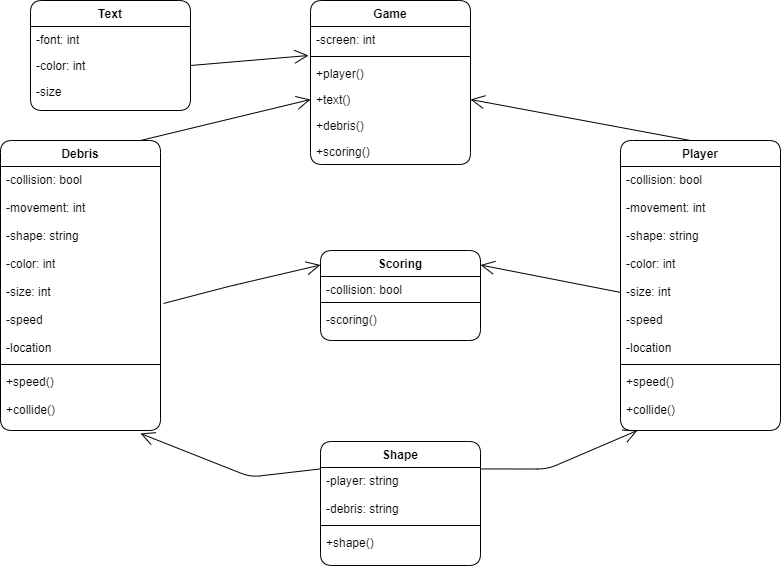
LoicKonan/2143-OOP-Konan keeps this draw.io diagram as Assignments/A07/Diagram.png. Above is the earlier version. Source tidied: cells renumbered, new cells last; positions are measured from the earlier drawing's top-left corner, leaving out a move shared by most shapes.
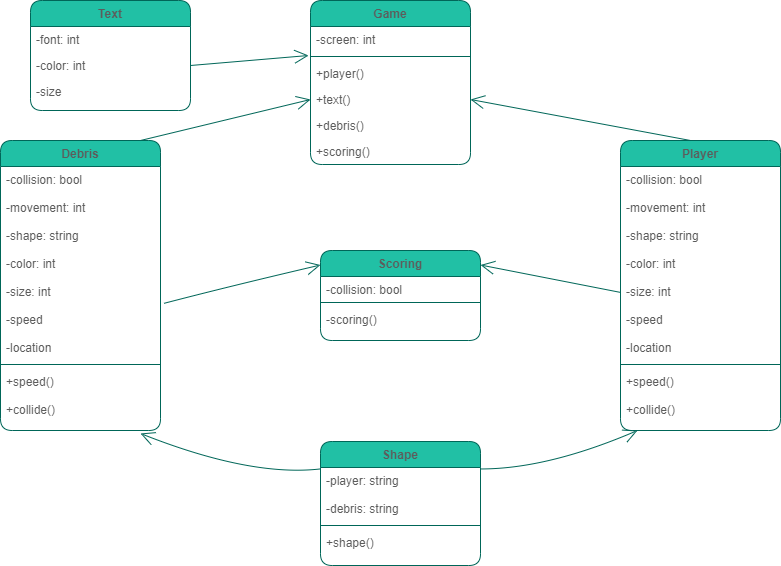
Later version of the same file.

Change to the diagram source:
```diff
@@ -2,103 +2,103 @@
   <root>
     <mxCell id="0" />
     <mxCell id="1" parent="0" />
-    <mxCell id="2" value="Text" style="swimlane;fontStyle=1;align=center;verticalAlign=top;horizontal=1;startSize=26;shadow=0;strokeWidth=1;rounded=1;" parent="1" vertex="1">
+    <mxCell id="2" value="Text" style="swimlane;fontStyle=1;align=center;verticalAlign=top;horizontal=1;startSize=26;shadow=0;strokeWidth=1;rounded=1;fillColor=#21C0A5;strokeColor=#006658;fontColor=#5C5C5C;" parent="1" vertex="1">
       <mxGeometry x="30" width="160" height="110" as="geometry" />
     </mxCell>
-    <mxCell id="3" value="-font: int&#10;" style="text;align=left;verticalAlign=top;spacingLeft=4;spacingRight=4;overflow=hidden;fontStyle=0;rounded=1;" parent="2" vertex="1">
+    <mxCell id="3" value="-font: int&#10;" style="text;align=left;verticalAlign=top;spacingLeft=4;spacingRight=4;overflow=hidden;fontStyle=0;rounded=1;fontColor=#5C5C5C;" parent="2" vertex="1">
       <mxGeometry y="26" width="160" height="26" as="geometry" />
     </mxCell>
-    <mxCell id="4" value="-color: int&#10;" style="text;align=left;verticalAlign=top;spacingLeft=4;spacingRight=4;overflow=hidden;points=[[0,0.5],[1,0.5]];portConstraint=eastwest;rounded=1;" parent="2" vertex="1">
+    <mxCell id="4" value="-color: int&#10;" style="text;align=left;verticalAlign=top;spacingLeft=4;spacingRight=4;overflow=hidden;points=[[0,0.5],[1,0.5]];portConstraint=eastwest;rounded=1;fontColor=#5C5C5C;" parent="2" vertex="1">
       <mxGeometry y="52" width="160" height="26" as="geometry" />
     </mxCell>
-    <mxCell id="5" value="-size" style="text;align=left;verticalAlign=top;spacingLeft=4;spacingRight=4;overflow=hidden;rounded=1;" parent="2" vertex="1">
+    <mxCell id="5" value="-size" style="text;align=left;verticalAlign=top;spacingLeft=4;spacingRight=4;overflow=hidden;rounded=1;fontColor=#5C5C5C;" parent="2" vertex="1">
       <mxGeometry y="78" width="160" height="26" as="geometry" />
     </mxCell>
-    <mxCell id="6" value="Scoring" style="swimlane;fontStyle=1;align=center;verticalAlign=top;horizontal=1;startSize=26;shadow=0;strokeWidth=1;rounded=1;" parent="1" vertex="1">
+    <mxCell id="6" value="Scoring" style="swimlane;fontStyle=1;align=center;verticalAlign=top;horizontal=1;startSize=26;shadow=0;strokeWidth=1;rounded=1;fillColor=#21C0A5;strokeColor=#006658;fontColor=#5C5C5C;" parent="1" vertex="1">
       <mxGeometry x="320" y="250" width="160" height="90" as="geometry" />
     </mxCell>
-    <mxCell id="7" value="-collision: bool" style="text;align=left;verticalAlign=top;spacingLeft=4;spacingRight=4;overflow=hidden;rounded=1;" parent="6" vertex="1">
+    <mxCell id="7" value="-collision: bool" style="text;align=left;verticalAlign=top;spacingLeft=4;spacingRight=4;overflow=hidden;rounded=1;fontColor=#5C5C5C;" parent="6" vertex="1">
       <mxGeometry y="26" width="160" height="22" as="geometry" />
     </mxCell>
-    <mxCell id="8" style="line;html=1;strokeWidth=1;align=left;verticalAlign=middle;spacingTop=-1;spacingLeft=3;spacingRight=3;labelPosition=right;rounded=1;" parent="6" vertex="1">
+    <mxCell id="8" style="line;html=1;strokeWidth=1;align=left;verticalAlign=middle;spacingTop=-1;spacingLeft=3;spacingRight=3;labelPosition=right;rounded=1;fillColor=#21C0A5;strokeColor=#006658;fontColor=#5C5C5C;" parent="6" vertex="1">
       <mxGeometry y="48" width="160" height="8" as="geometry" />
     </mxCell>
-    <mxCell id="9" value="-scoring()" style="text;align=left;verticalAlign=top;spacingLeft=4;spacingRight=4;overflow=hidden;shadow=0;html=0;rounded=1;" parent="6" vertex="1">
+    <mxCell id="9" value="-scoring()" style="text;align=left;verticalAlign=top;spacingLeft=4;spacingRight=4;overflow=hidden;shadow=0;html=0;rounded=1;fontColor=#5C5C5C;" parent="6" vertex="1">
       <mxGeometry y="56" width="160" height="26" as="geometry" />
     </mxCell>
-    <mxCell id="10" value="Game" style="swimlane;fontStyle=1;align=center;verticalAlign=top;horizontal=1;startSize=26;shadow=0;strokeWidth=1;rounded=1;" parent="1" vertex="1">
+    <mxCell id="10" value="Game" style="swimlane;fontStyle=1;align=center;verticalAlign=top;horizontal=1;startSize=26;shadow=0;strokeWidth=1;rounded=1;fillColor=#21C0A5;strokeColor=#006658;fontColor=#5C5C5C;" parent="1" vertex="1">
       <mxGeometry x="310" width="160" height="164" as="geometry" />
     </mxCell>
-    <mxCell id="11" value="-screen: int" style="text;align=left;verticalAlign=top;spacingLeft=4;spacingRight=4;overflow=hidden;points=[[0,0.5],[1,0.5]];portConstraint=eastwest;shadow=0;html=0;rounded=1;" parent="10" vertex="1">
+    <mxCell id="11" value="-screen: int" style="text;align=left;verticalAlign=top;spacingLeft=4;spacingRight=4;overflow=hidden;points=[[0,0.5],[1,0.5]];portConstraint=eastwest;shadow=0;html=0;rounded=1;fontColor=#5C5C5C;" parent="10" vertex="1">
       <mxGeometry y="26" width="160" height="26" as="geometry" />
     </mxCell>
-    <mxCell id="12" style="line;html=1;strokeWidth=1;align=left;verticalAlign=middle;spacingTop=-1;spacingLeft=3;spacingRight=3;labelPosition=right;rounded=1;" parent="10" vertex="1">
+    <mxCell id="12" style="line;html=1;strokeWidth=1;align=left;verticalAlign=middle;spacingTop=-1;spacingLeft=3;spacingRight=3;labelPosition=right;rounded=1;fillColor=#21C0A5;strokeColor=#006658;fontColor=#5C5C5C;" parent="10" vertex="1">
       <mxGeometry y="52" width="160" height="8" as="geometry" />
     </mxCell>
-    <mxCell id="13" value="+player()" style="text;align=left;verticalAlign=top;spacingLeft=4;spacingRight=4;overflow=hidden;rounded=1;" parent="10" vertex="1">
+    <mxCell id="13" value="+player()" style="text;align=left;verticalAlign=top;spacingLeft=4;spacingRight=4;overflow=hidden;rounded=1;fontColor=#5C5C5C;" parent="10" vertex="1">
       <mxGeometry y="60" width="160" height="26" as="geometry" />
     </mxCell>
-    <mxCell id="14" value="+text()" style="text;align=left;verticalAlign=top;spacingLeft=4;spacingRight=4;overflow=hidden;points=[[0,0.5],[1,0.5]];portConstraint=eastwest;rounded=1;" parent="10" vertex="1">
+    <mxCell id="14" value="+text()" style="text;align=left;verticalAlign=top;spacingLeft=4;spacingRight=4;overflow=hidden;points=[[0,0.5],[1,0.5]];portConstraint=eastwest;rounded=1;fontColor=#5C5C5C;" parent="10" vertex="1">
       <mxGeometry y="86" width="160" height="26" as="geometry" />
     </mxCell>
-    <mxCell id="15" value="+debris()" style="text;align=left;verticalAlign=top;spacingLeft=4;spacingRight=4;overflow=hidden;shadow=0;html=0;rounded=1;" parent="10" vertex="1">
+    <mxCell id="15" value="+debris()" style="text;align=left;verticalAlign=top;spacingLeft=4;spacingRight=4;overflow=hidden;shadow=0;html=0;rounded=1;fontColor=#5C5C5C;" parent="10" vertex="1">
       <mxGeometry y="112" width="160" height="26" as="geometry" />
     </mxCell>
-    <mxCell id="16" value="+scoring()" style="text;align=left;verticalAlign=top;spacingLeft=4;spacingRight=4;overflow=hidden;shadow=0;html=0;rounded=1;" parent="10" vertex="1">
+    <mxCell id="16" value="+scoring()" style="text;align=left;verticalAlign=top;spacingLeft=4;spacingRight=4;overflow=hidden;shadow=0;html=0;rounded=1;fontColor=#5C5C5C;" parent="10" vertex="1">
       <mxGeometry y="138" width="160" height="26" as="geometry" />
     </mxCell>
-    <mxCell id="17" value="Player" style="swimlane;fontStyle=1;align=center;verticalAlign=top;horizontal=1;startSize=26;shadow=0;strokeWidth=1;rounded=1;" parent="1" vertex="1">
+    <mxCell id="17" value="Player" style="swimlane;fontStyle=1;align=center;verticalAlign=top;horizontal=1;startSize=26;shadow=0;strokeWidth=1;rounded=1;fillColor=#21C0A5;strokeColor=#006658;fontColor=#5C5C5C;" parent="1" vertex="1">
       <mxGeometry x="620" y="140" width="160" height="290" as="geometry" />
     </mxCell>
-    <mxCell id="18" value="-collision: bool&#10;&#10;-movement: int&#10;&#10;-shape: string&#10;&#10;-color: int&#10;&#10;-size: int&#10;&#10;-speed&#10;&#10;-location" style="text;align=left;verticalAlign=top;spacingLeft=4;spacingRight=4;overflow=hidden;points=[[0,0.5],[1,0.5]];portConstraint=eastwest;rounded=1;" parent="17" vertex="1">
+    <mxCell id="18" value="-collision: bool&#10;&#10;-movement: int&#10;&#10;-shape: string&#10;&#10;-color: int&#10;&#10;-size: int&#10;&#10;-speed&#10;&#10;-location" style="text;align=left;verticalAlign=top;spacingLeft=4;spacingRight=4;overflow=hidden;points=[[0,0.5],[1,0.5]];portConstraint=eastwest;rounded=1;fontColor=#5C5C5C;" parent="17" vertex="1">
       <mxGeometry y="26" width="160" height="194" as="geometry" />
     </mxCell>
-    <mxCell id="19" style="line;html=1;strokeWidth=1;align=left;verticalAlign=middle;spacingTop=-1;spacingLeft=3;spacingRight=3;labelPosition=right;rounded=1;" parent="17" vertex="1">
+    <mxCell id="19" style="line;html=1;strokeWidth=1;align=left;verticalAlign=middle;spacingTop=-1;spacingLeft=3;spacingRight=3;labelPosition=right;rounded=1;fillColor=#21C0A5;strokeColor=#006658;fontColor=#5C5C5C;" parent="17" vertex="1">
       <mxGeometry y="220" width="160" height="8" as="geometry" />
     </mxCell>
-    <mxCell id="20" value="+speed()&#10;&#10;+collide()" style="text;align=left;verticalAlign=top;spacingLeft=4;spacingRight=4;overflow=hidden;rounded=1;" parent="17" vertex="1">
+    <mxCell id="20" value="+speed()&#10;&#10;+collide()" style="text;align=left;verticalAlign=top;spacingLeft=4;spacingRight=4;overflow=hidden;rounded=1;fontColor=#5C5C5C;" parent="17" vertex="1">
       <mxGeometry y="228" width="160" height="62" as="geometry" />
     </mxCell>
-    <mxCell id="21" value="Shape" style="swimlane;fontStyle=1;align=center;verticalAlign=top;horizontal=1;startSize=26;shadow=0;strokeWidth=1;rounded=1;" parent="1" vertex="1">
+    <mxCell id="21" value="Shape" style="swimlane;fontStyle=1;align=center;verticalAlign=top;horizontal=1;startSize=26;shadow=0;strokeWidth=1;rounded=1;fillColor=#21C0A5;strokeColor=#006658;fontColor=#5C5C5C;" parent="1" vertex="1">
       <mxGeometry x="320" y="441" width="160" height="124" as="geometry" />
     </mxCell>
-    <mxCell id="22" value="-player: string&#10;&#10;-debris: string" style="text;align=left;verticalAlign=top;spacingLeft=4;spacingRight=4;overflow=hidden;rounded=1;" parent="21" vertex="1">
+    <mxCell id="22" value="-player: string&#10;&#10;-debris: string" style="text;align=left;verticalAlign=top;spacingLeft=4;spacingRight=4;overflow=hidden;rounded=1;fontColor=#5C5C5C;" parent="21" vertex="1">
       <mxGeometry y="26" width="160" height="54" as="geometry" />
     </mxCell>
-    <mxCell id="23" style="line;html=1;strokeWidth=1;align=left;verticalAlign=middle;spacingTop=-1;spacingLeft=3;spacingRight=3;labelPosition=right;rounded=1;" parent="21" vertex="1">
+    <mxCell id="23" style="line;html=1;strokeWidth=1;align=left;verticalAlign=middle;spacingTop=-1;spacingLeft=3;spacingRight=3;labelPosition=right;rounded=1;fillColor=#21C0A5;strokeColor=#006658;fontColor=#5C5C5C;" parent="21" vertex="1">
       <mxGeometry y="80" width="160" height="8" as="geometry" />
     </mxCell>
-    <mxCell id="24" value="+shape()" style="text;align=left;verticalAlign=top;spacingLeft=4;spacingRight=4;overflow=hidden;shadow=0;html=0;rounded=1;" parent="21" vertex="1">
+    <mxCell id="24" value="+shape()" style="text;align=left;verticalAlign=top;spacingLeft=4;spacingRight=4;overflow=hidden;shadow=0;html=0;rounded=1;fontColor=#5C5C5C;" parent="21" vertex="1">
       <mxGeometry y="88" width="160" height="26" as="geometry" />
     </mxCell>
-    <mxCell id="25" value="Debris" style="swimlane;fontStyle=1;align=center;verticalAlign=top;horizontal=1;startSize=26;shadow=0;strokeWidth=1;rounded=1;" parent="1" vertex="1">
+    <mxCell id="25" value="Debris" style="swimlane;fontStyle=1;align=center;verticalAlign=top;horizontal=1;startSize=26;shadow=0;strokeWidth=1;rounded=1;fillColor=#21C0A5;strokeColor=#006658;fontColor=#5C5C5C;" parent="1" vertex="1">
       <mxGeometry y="140" width="160" height="290" as="geometry" />
     </mxCell>
-    <mxCell id="26" value="-collision: bool&#10;&#10;-movement: int&#10;&#10;-shape: string&#10;&#10;-color: int&#10;&#10;-size: int&#10;&#10;-speed&#10;&#10;-location" style="text;align=left;verticalAlign=top;spacingLeft=4;spacingRight=4;overflow=hidden;points=[[0,0.5],[1,0.5]];portConstraint=eastwest;rounded=1;" parent="25" vertex="1">
+    <mxCell id="26" value="-collision: bool&#10;&#10;-movement: int&#10;&#10;-shape: string&#10;&#10;-color: int&#10;&#10;-size: int&#10;&#10;-speed&#10;&#10;-location" style="text;align=left;verticalAlign=top;spacingLeft=4;spacingRight=4;overflow=hidden;points=[[0,0.5],[1,0.5]];portConstraint=eastwest;rounded=1;fontColor=#5C5C5C;" parent="25" vertex="1">
       <mxGeometry y="26" width="160" height="194" as="geometry" />
     </mxCell>
-    <mxCell id="27" style="line;html=1;strokeWidth=1;align=left;verticalAlign=middle;spacingTop=-1;spacingLeft=3;spacingRight=3;labelPosition=right;rounded=1;" parent="25" vertex="1">
+    <mxCell id="27" style="line;html=1;strokeWidth=1;align=left;verticalAlign=middle;spacingTop=-1;spacingLeft=3;spacingRight=3;labelPosition=right;rounded=1;fillColor=#21C0A5;strokeColor=#006658;fontColor=#5C5C5C;" parent="25" vertex="1">
       <mxGeometry y="220" width="160" height="8" as="geometry" />
     </mxCell>
-    <mxCell id="28" value="+speed()&#10;&#10;+collide()" style="text;align=left;verticalAlign=top;spacingLeft=4;spacingRight=4;overflow=hidden;points=[[0,0.5],[1,0.5]];portConstraint=eastwest;rounded=1;" parent="25" vertex="1">
+    <mxCell id="28" value="+speed()&#10;&#10;+collide()" style="text;align=left;verticalAlign=top;spacingLeft=4;spacingRight=4;overflow=hidden;points=[[0,0.5],[1,0.5]];portConstraint=eastwest;rounded=1;fontColor=#5C5C5C;" parent="25" vertex="1">
       <mxGeometry y="228" width="160" height="62" as="geometry" />
     </mxCell>
-    <mxCell id="29" style="endArrow=open;endFill=1;endSize=12;html=1;entryX=0;entryY=0.5;entryDx=0;entryDy=0;" parent="1" edge="1" target="14">
+    <mxCell id="29" style="endArrow=open;endFill=1;endSize=12;html=1;entryX=0;entryY=0.5;entryDx=0;entryDy=0;curved=1;strokeColor=#006658;fontColor=#5C5C5C;" parent="1" edge="1" target="14">
       <mxGeometry relative="1" as="geometry">
         <mxPoint x="140" y="140" as="sourcePoint" />
       </mxGeometry>
     </mxCell>
-    <mxCell id="30" style="endArrow=open;endFill=1;endSize=12;html=1;entryX=1;entryY=0.5;entryDx=0;entryDy=0;" parent="1" edge="1" target="14">
+    <mxCell id="30" style="endArrow=open;endFill=1;endSize=12;html=1;entryX=1;entryY=0.5;entryDx=0;entryDy=0;curved=1;strokeColor=#006658;fontColor=#5C5C5C;" parent="1" edge="1" target="14">
       <mxGeometry relative="1" as="geometry">
         <mxPoint x="690" y="140" as="sourcePoint" />
       </mxGeometry>
     </mxCell>
-    <mxCell id="31" style="endArrow=open;endFill=1;endSize=12;html=1;entryX=1;entryY=0.5;entryDx=0;entryDy=0;exitX=0;exitY=0.649;exitDx=0;exitDy=0;exitPerimeter=0;" parent="1" edge="1" source="18">
+    <mxCell id="31" style="endArrow=open;endFill=1;endSize=12;html=1;entryX=1;entryY=0.5;entryDx=0;entryDy=0;exitX=0;exitY=0.649;exitDx=0;exitDy=0;exitPerimeter=0;curved=1;strokeColor=#006658;fontColor=#5C5C5C;" parent="1" edge="1" source="18">
       <mxGeometry relative="1" as="geometry">
         <mxPoint x="480" y="264.5" as="targetPoint" />
       </mxGeometry>
     </mxCell>
-    <mxCell id="32" style="endArrow=open;endFill=1;endSize=12;html=1;entryX=0;entryY=0.5;entryDx=0;entryDy=0;exitX=1.019;exitY=0.706;exitDx=0;exitDy=0;exitPerimeter=0;" parent="1" edge="1" source="26">
+    <mxCell id="32" style="endArrow=open;endFill=1;endSize=12;html=1;entryX=0;entryY=0.5;entryDx=0;entryDy=0;exitX=1.019;exitY=0.706;exitDx=0;exitDy=0;exitPerimeter=0;curved=1;strokeColor=#006658;fontColor=#5C5C5C;" parent="1" edge="1" source="26">
       <mxGeometry relative="1" as="geometry">
         <mxPoint x="320" y="264.5" as="targetPoint" />
         <Array as="points">
@@ -106,7 +106,7 @@
         </Array>
       </mxGeometry>
     </mxCell>
-    <mxCell id="33" style="endArrow=open;endFill=1;endSize=12;html=1;entryX=0;entryY=0.5;entryDx=0;entryDy=0;exitX=1.019;exitY=0.706;exitDx=0;exitDy=0;exitPerimeter=0;" parent="1" edge="1">
+    <mxCell id="33" style="endArrow=open;endFill=1;endSize=12;html=1;entryX=0;entryY=0.5;entryDx=0;entryDy=0;exitX=1.019;exitY=0.706;exitDx=0;exitDy=0;exitPerimeter=0;curved=1;strokeColor=#006658;fontColor=#5C5C5C;" parent="1" edge="1">
       <mxGeometry relative="1" as="geometry">
         <mxPoint x="480" y="468.5" as="sourcePoint" />
         <mxPoint x="637" y="430" as="targetPoint" />
@@ -115,7 +115,7 @@
         </Array>
       </mxGeometry>
     </mxCell>
-    <mxCell id="34" style="endArrow=open;endFill=1;endSize=12;html=1;entryX=0.875;entryY=1.048;entryDx=0;entryDy=0;exitX=0;exitY=0.649;exitDx=0;exitDy=0;exitPerimeter=0;entryPerimeter=0;" parent="1" edge="1" target="28">
+    <mxCell id="34" style="endArrow=open;endFill=1;endSize=12;html=1;entryX=0.875;entryY=1.048;entryDx=0;entryDy=0;exitX=0;exitY=0.649;exitDx=0;exitDy=0;exitPerimeter=0;entryPerimeter=0;curved=1;strokeColor=#006658;fontColor=#5C5C5C;" parent="1" edge="1" target="28">
       <mxGeometry relative="1" as="geometry">
         <mxPoint x="320" y="468.4" as="sourcePoint" />
         <Array as="points">
@@ -123,7 +123,7 @@
         </Array>
       </mxGeometry>
     </mxCell>
-    <mxCell id="35" style="endArrow=open;endFill=1;endSize=12;html=1;entryX=-0.012;entryY=1.115;entryDx=0;entryDy=0;exitX=1;exitY=0.5;exitDx=0;exitDy=0;entryPerimeter=0;" parent="1" edge="1" source="4" target="11">
+    <mxCell id="35" style="endArrow=open;endFill=1;endSize=12;html=1;entryX=-0.012;entryY=1.115;entryDx=0;entryDy=0;exitX=1;exitY=0.5;exitDx=0;exitDy=0;entryPerimeter=0;curved=1;strokeColor=#006658;fontColor=#5C5C5C;" parent="1" edge="1" source="4" target="11">
       <mxGeometry relative="1" as="geometry" />
     </mxCell>
   </root>
```
